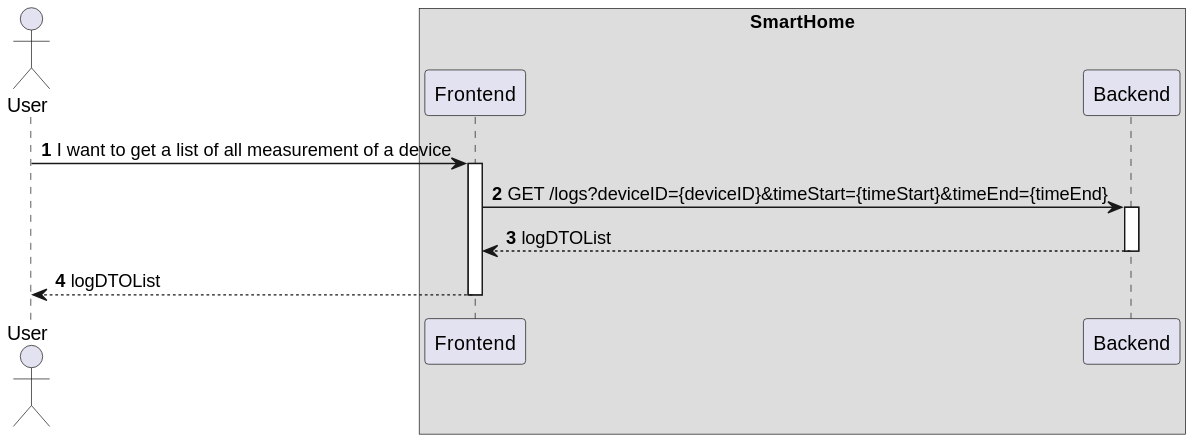
This is docs/useCases/uc23_frontendToGetListOfLogs/artifacts/UC23_SD.svg from olivDiogo/SmartHome, a PlantUML export, as it was before one commit. Source of this version:
```plantuml
@startuml
!pragma layout smetana

autonumber

actor "User" as User


box "SmartHome"
    participant "Frontend" as FE
    participant "Backend" as SV
end box

User -> FE : I want to get a list of all measurement of a device
activate FE

FE -> SV : GET /logs?deviceID={deviceID}&timeStart={timeStart}&timeEnd={timeEnd}
activate SV

SV --> FE : logDTOList
deactivate SV

FE --> User : logDTOList
deactivate FE
@enduml
```
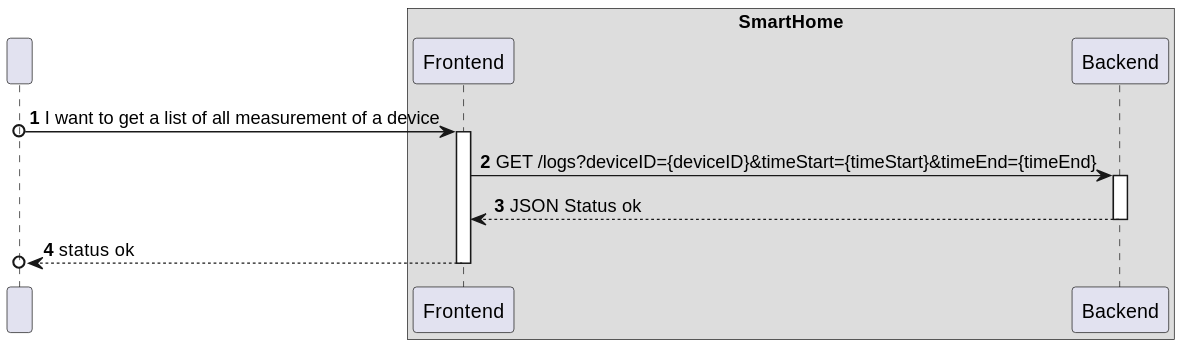
After the commit.

The edit, as a diff of the source:
```diff
@@ -3,7 +3,7 @@
 
 autonumber
 
-actor "User" as User
+participant " " as User
 
 
 box "SmartHome"
@@ -11,15 +11,15 @@
     participant "Backend" as SV
 end box
 
-User -> FE : I want to get a list of all measurement of a device
+User o-> FE : I want to get a list of all measurement of a device
 activate FE
 
 FE -> SV : GET /logs?deviceID={deviceID}&timeStart={timeStart}&timeEnd={timeEnd}
 activate SV
 
-SV --> FE : logDTOList
+SV --> FE : JSON Status ok
 deactivate SV
 
-FE --> User : logDTOList
+FE -->o User : status ok
 deactivate FE
 @enduml
```
